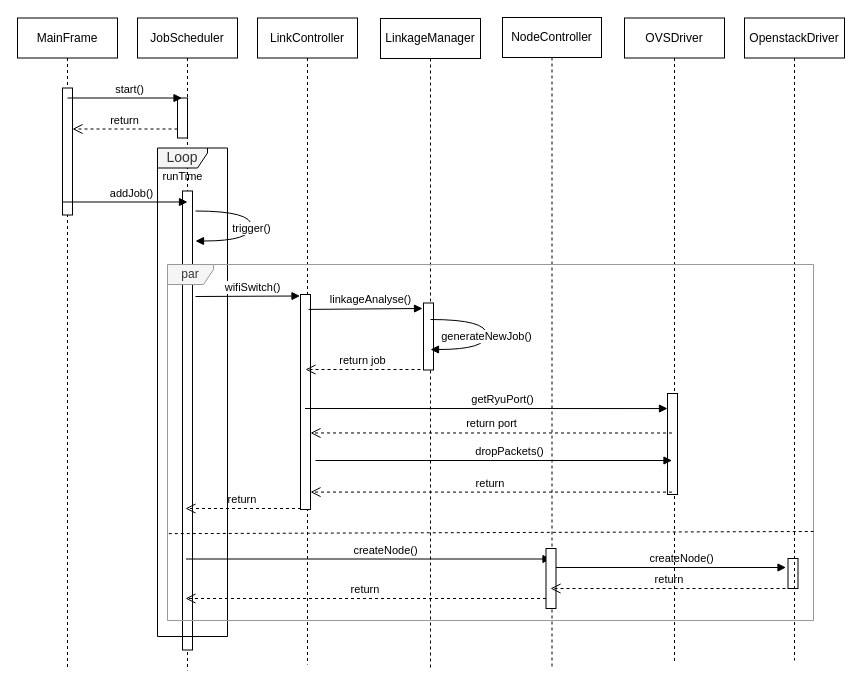
Earlier version of the draw.io diagram page "0422整体时序图" (2 of 13) of 仿真功能模块UML类图.drawio (Icarus1994/neutron_conf). Source tidied: cells renumbered, new cells numbered last; positions are measured from the earlier drawing's top-left corner, leaving out a move shared by most shapes. Both pictures are drawn from the tidied source at 100%, with x=0, y=0 at pixel (17, 17).
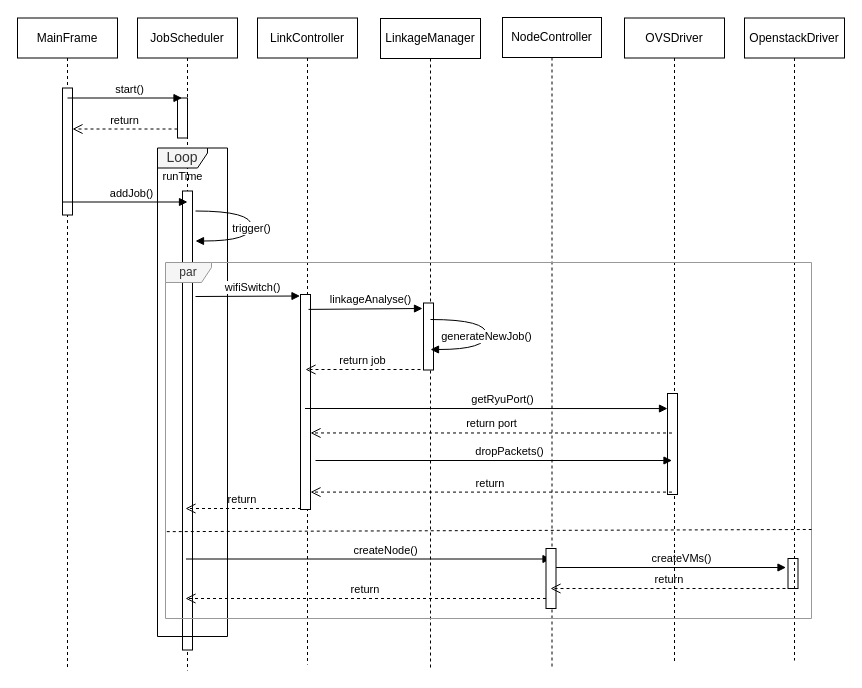
The same diagram, later.

Unchanged cells that the change refers to:
```xml
<mxCell id="9" value="NodeController" style="shape=umlLifeline;perimeter=lifelinePerimeter;whiteSpace=wrap;html=1;strokeColor=#000000;" parent="1" vertex="1">
  <mxGeometry x="485" width="99" height="652" as="geometry" />
</mxCell>
```

What changed in the source:
```diff
@@
-    <mxCell id="15" value="createNode()" style="html=1;verticalAlign=bottom;endArrow=block;strokeWidth=1;" parent="9" edge="1">
+    <mxCell id="15" value="createVMs()" style="html=1;verticalAlign=bottom;endArrow=block;strokeWidth=1;" parent="9" edge="1">
       <mxGeometry x="0.09" relative="1" as="geometry">
         <mxPoint x="53.5" y="550" as="sourcePoint" />
         <mxPoint x="283.5" y="550" as="targetPoint" />
       </mxGeometry>
     </mxCell>
@@
     <mxCell id="36" value="par" style="shape=umlFrame;whiteSpace=wrap;html=1;width=46;height=20;fillColor=#f5f5f5;strokeColor=#999999;fontColor=#333333;" parent="1" vertex="1">
-      <mxGeometry x="150" y="247" width="646" height="356" as="geometry" />
+      <mxGeometry x="148" y="245" width="646" height="356" as="geometry" />
     </mxCell>
```
